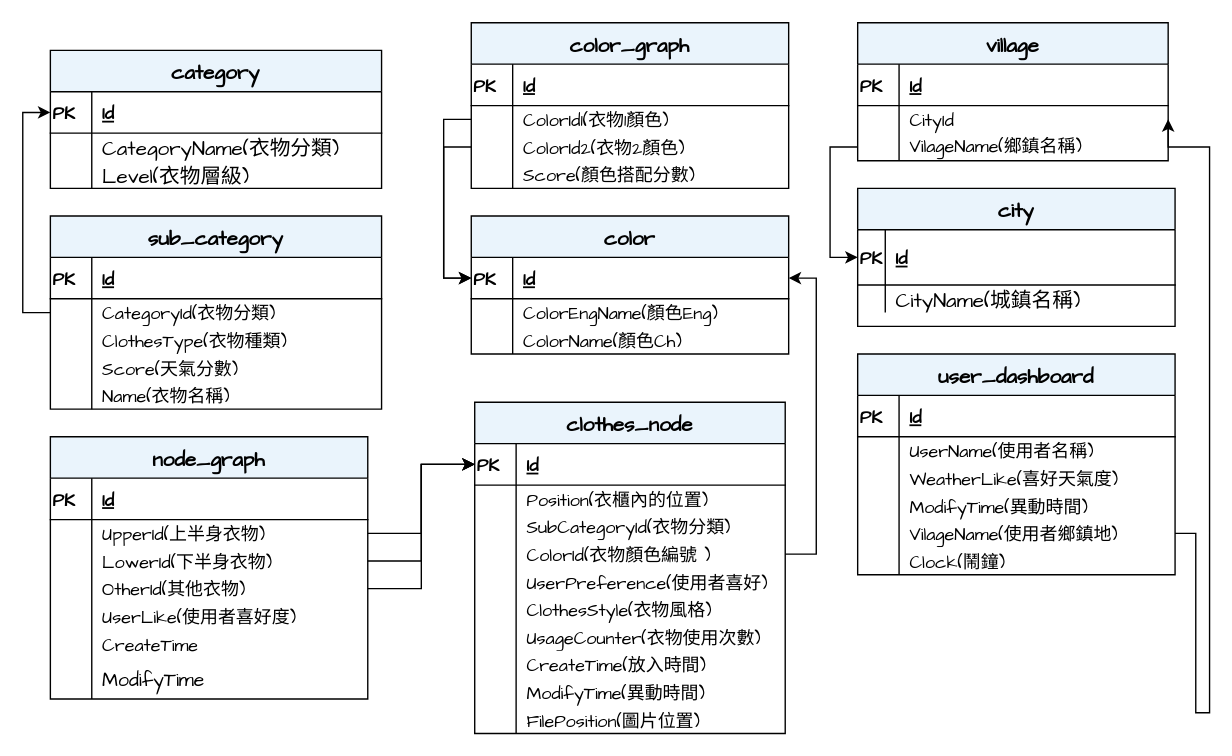
The draw.io diagram page "ER-Model" (5 of 8) of FileFolder/AIcloset_v2.drawio in Chrouos/Intelligence-Closet, before the edit. Source tidied: cells renumbered, new cells numbered last; positions are measured from the earlier drawing's top-left corner, leaving out a move shared by most shapes. Both pictures are drawn from the tidied source at 138%, with x=0, y=0 at pixel (50, 22).
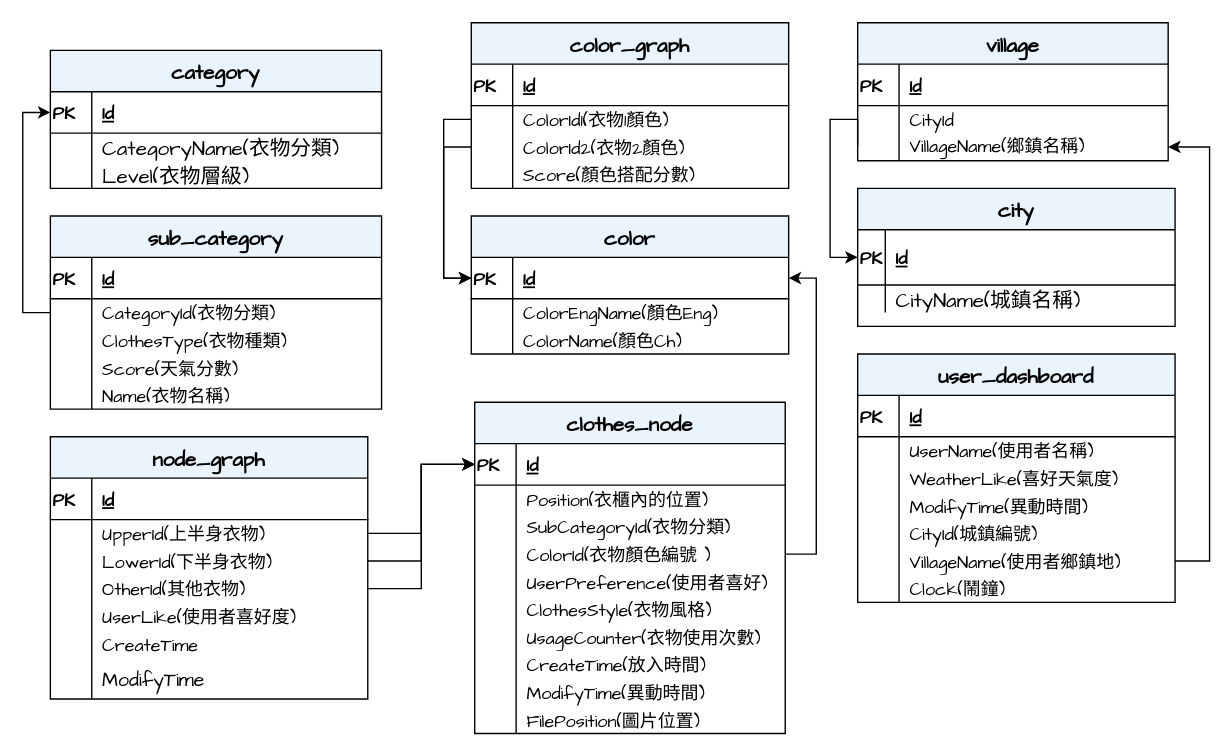
The same diagram, later.

Unchanged cells that the change refers to:
```xml
<mxCell id="30" style="shape=partialRectangle;fillColor=none;top=0;left=0;bottom=1;right=0;points=[[0,0.5],[1,0.5]];portConstraint=eastwest;fontFamily=Comic Sans MS;fontSize=13;align=left;" parent="29" vertex="1">
  <mxGeometry y="30" width="230" height="40" as="geometry" />
</mxCell>
<mxCell id="94" style="shape=partialRectangle;fillColor=none;top=0;left=0;bottom=0;right=0;points=[[0,0.5],[1,0.5]];portConstraint=eastwest;fontFamily=Comic Sans MS;fontSize=13;align=left;" parent="90" vertex="1">
  <mxGeometry y="60" width="225" height="20" as="geometry" />
</mxCell>
<mxCell id="97" style="shape=partialRectangle;fillColor=none;top=0;left=0;bottom=0;right=0;points=[[0,0.5],[1,0.5]];portConstraint=eastwest;fontFamily=Comic Sans MS;fontSize=13;align=left;" parent="90" vertex="1">
  <mxGeometry y="80" width="225" height="20" as="geometry" />
</mxCell>
```

Change to the diagram source:
```diff
@@
-    <mxCell id="99" value="VilageName(鄉鎮名稱)&#10;" style="shape=partialRectangle;fillColor=none;top=0;left=0;bottom=0;right=0;align=left;spacingLeft=6;overflow=hidden;fontFamily=Comic Sans MS;fontSize=13;" parent="97" vertex="1">
+    <mxCell id="99" value="VillageName(鄉鎮名稱)&#10;" style="shape=partialRectangle;fillColor=none;top=0;left=0;bottom=0;right=0;align=left;spacingLeft=6;overflow=hidden;fontFamily=Comic Sans MS;fontSize=13;" parent="97" vertex="1">
       <mxGeometry x="30" width="195" height="20" as="geometry" />
     </mxCell>
     <mxCell id="100" value="user_dashboard" style="shape=table;startSize=30;childLayout=tableLayout;rowLines=0;fontStyle=1;align=center;fontFamily=Comic Sans MS;fontSize=15;fillColor=#EAF4FC;" parent="1" vertex="1">
-      <mxGeometry x="585" y="240" width="230" height="160" as="geometry" />
+      <mxGeometry x="585" y="240" width="230" height="180" as="geometry" />
     </mxCell>
@@
+    <mxCell id="149" style="shape=partialRectangle;fillColor=none;top=0;left=0;bottom=0;right=0;fontFamily=Comic Sans MS;fontSize=13;align=left;" parent="100" vertex="1">
+      <mxGeometry y="120" width="230" height="20" as="geometry" />
+    </mxCell>
+    <mxCell id="150" style="shape=partialRectangle;fillColor=none;top=0;left=0;bottom=0;right=0;overflow=hidden;fontFamily=Comic Sans MS;fontSize=13;align=left;" parent="149" vertex="1">
+      <mxGeometry width="30" height="20" as="geometry" />
+    </mxCell>
+    <mxCell id="151" value="CityId(城鎮編號)" style="shape=partialRectangle;fillColor=none;top=0;left=0;bottom=0;right=0;align=left;spacingLeft=6;overflow=hidden;fontFamily=Comic Sans MS;fontSize=13;" parent="149" vertex="1">
+      <mxGeometry x="30" width="200" height="20" as="geometry" />
+    </mxCell>
     <mxCell id="113" style="shape=partialRectangle;fillColor=none;top=0;left=0;bottom=0;right=0;points=[[0,0.5],[1,0.5]];portConstraint=eastwest;fontFamily=Comic Sans MS;fontSize=13;align=left;" parent="100" vertex="1">
-      <mxGeometry y="120" width="230" height="20" as="geometry" />
+      <mxGeometry y="140" width="230" height="20" as="geometry" />
     </mxCell>
@@
-    <mxCell id="115" value="VilageName(使用者鄉鎮地)" style="shape=partialRectangle;fillColor=none;top=0;left=0;bottom=0;right=0;align=left;spacingLeft=6;overflow=hidden;fontFamily=Comic Sans MS;fontSize=13;" parent="113" vertex="1">
+    <mxCell id="115" value="VillageName(使用者鄉鎮地)" style="shape=partialRectangle;fillColor=none;top=0;left=0;bottom=0;right=0;align=left;spacingLeft=6;overflow=hidden;fontFamily=Comic Sans MS;fontSize=13;" parent="113" vertex="1">
       <mxGeometry x="30" width="200" height="20" as="geometry" />
     </mxCell>
     <mxCell id="116" style="shape=partialRectangle;fillColor=none;top=0;left=0;bottom=0;right=0;fontFamily=Comic Sans MS;fontSize=13;align=left;" parent="100" vertex="1">
-      <mxGeometry y="140" width="230" height="20" as="geometry" />
+      <mxGeometry y="160" width="230" height="20" as="geometry" />
     </mxCell>
@@
     <mxCell id="119" style="edgeStyle=orthogonalEdgeStyle;rounded=0;jettySize=auto;html=1;exitX=0;exitY=0.5;exitDx=0;exitDy=0;entryX=0;entryY=0.5;entryDx=0;entryDy=0;fontFamily=Comic Sans MS;fontSize=14;" parent="1" edge="1" source="97" target="30">
-      <mxGeometry relative="1" as="geometry" />
+      <mxGeometry relative="1" as="geometry">
+        <Array as="points">
+          <mxPoint x="585" y="70" />
+          <mxPoint x="565" y="70" />
+          <mxPoint x="565" y="170" />
+        </Array>
+      </mxGeometry>
     </mxCell>
@@
-    <mxCell id="145" style="edgeStyle=orthogonalEdgeStyle;rounded=0;jettySize=auto;html=1;entryX=1;entryY=0.5;entryDx=0;entryDy=0;" parent="1" edge="1" source="113" target="94">
+    <mxCell id="145" style="edgeStyle=orthogonalEdgeStyle;rounded=0;jettySize=auto;html=1;entryX=1;entryY=0.5;entryDx=0;entryDy=0;" parent="1" edge="1" source="113" target="97">
       <mxGeometry relative="1" as="geometry">
         <Array as="points">
-          <mxPoint x="830" y="370" />
-          <mxPoint x="830" y="500" />
-          <mxPoint x="840" y="500" />
+          <mxPoint x="840" y="390" />
           <mxPoint x="840" y="90" />
-          <mxPoint x="810" y="90" />
         </Array>
       </mxGeometry>
     </mxCell>
```
